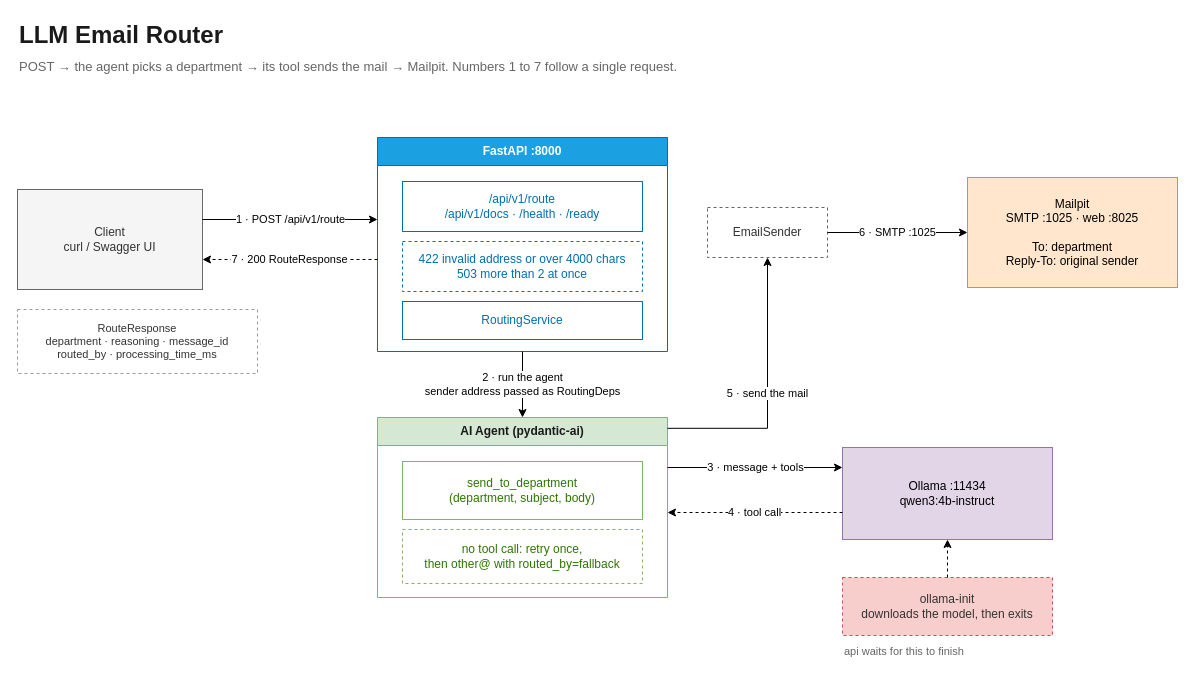
Before: docs/architecture/drawio/architecture.drawio in gomberman8/llm-email-router, a draw.io diagram. Source tidied: cells renumbered, new cells numbered last; positions are measured from the earlier drawing's top-left corner, leaving out a move shared by most shapes. Both pictures are drawn from the tidied source at 100%, with x=0, y=0 at pixel (17, 17).
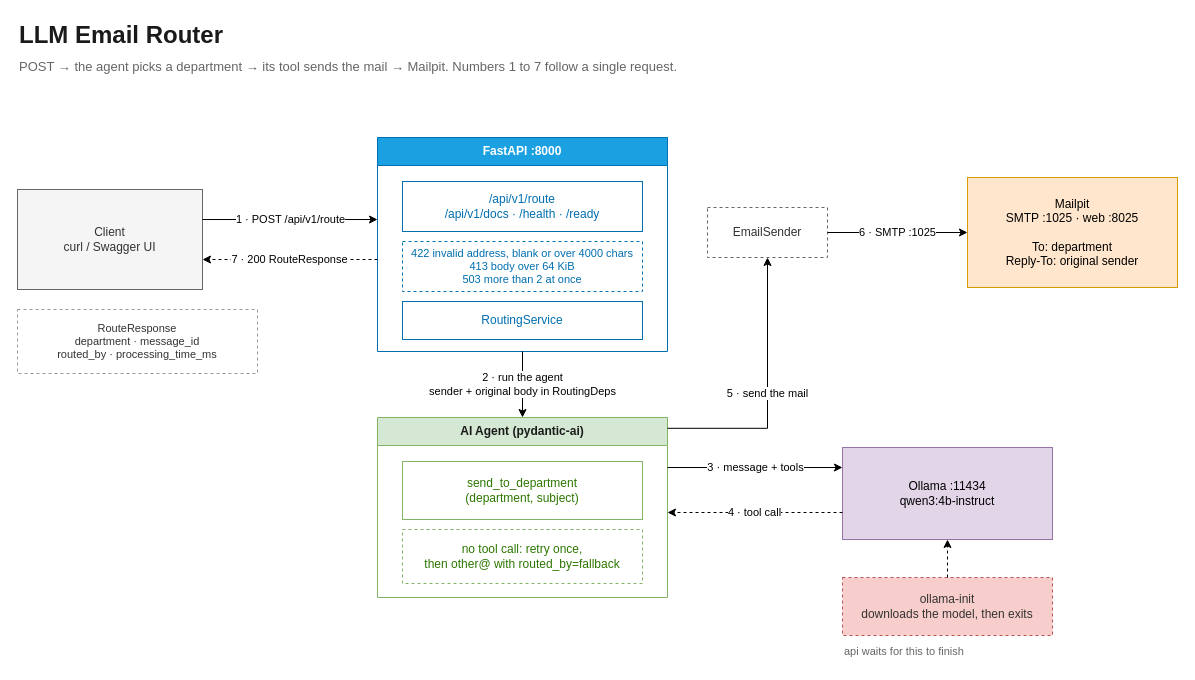
The same diagram, later.

Commit message (it also covers changes not shown here):
docs: align architecture documentation and diagram

Unchanged cells that the change refers to:
```xml
<mxCell id="6" value="FastAPI  :8000" style="swimlane;whiteSpace=wrap;html=1;fillColor=#1ba1e2;fontColor=#ffffff;strokeColor=#006EAF;fontStyle=1;startSize=28;" parent="1" vertex="1">
  <mxGeometry x="360" y="120" width="290" height="214" as="geometry" />
</mxCell>
<mxCell id="10" value="AI Agent (pydantic-ai)" style="swimlane;whiteSpace=wrap;html=1;fillColor=#d5e8d4;strokeColor=#82b366;fontColor=#1a1a1a;fontStyle=1;startSize=28;" parent="1" vertex="1">
  <mxGeometry x="360" y="400" width="290" height="180" as="geometry" />
</mxCell>
```

The edit, as a diff of the source:
```diff
@@
-    <mxCell id="5" value="RouteResponse&#10;department · reasoning · message_id&#10;routed_by · processing_time_ms" style="rounded=0;whiteSpace=wrap;html=1;fillColor=#ffffff;strokeColor=#999999;fontColor=#333333;dashed=1;fontSize=11;" parent="1" vertex="1">
+    <mxCell id="5" value="RouteResponse&#10;department · message_id&#10;routed_by · processing_time_ms" style="rounded=0;whiteSpace=wrap;html=1;fillColor=#ffffff;strokeColor=#999999;fontColor=#333333;dashed=1;fontSize=11;" parent="1" vertex="1">
       <mxGeometry y="292" width="240" height="64" as="geometry" />
     </mxCell>
@@
-    <mxCell id="8" value="422 invalid address or over 4000 chars&#10;503 more than 2 at once" style="rounded=0;whiteSpace=wrap;html=1;fillColor=#ffffff;fontColor=#006EAF;strokeColor=#006EAF;dashed=1;" parent="6" vertex="1">
+    <mxCell id="8" value="422 invalid address, blank or over 4000 chars&#10;413 body over 64 KiB&#10;503 more than 2 at once" style="rounded=0;whiteSpace=wrap;html=1;fillColor=#ffffff;fontColor=#006EAF;strokeColor=#006EAF;dashed=1;fontSize=11;" parent="6" vertex="1">
       <mxGeometry x="25" y="104" width="240" height="50" as="geometry" />
     </mxCell>
@@
-    <mxCell id="11" value="send_to_department&#10;(department, subject, body)" style="rounded=0;whiteSpace=wrap;html=1;fillColor=#ffffff;fontColor=#2D7600;strokeColor=#82b366;" parent="10" vertex="1">
+    <mxCell id="11" value="send_to_department&#10;(department, subject)" style="rounded=0;whiteSpace=wrap;html=1;fillColor=#ffffff;fontColor=#2D7600;strokeColor=#82b366;" parent="10" vertex="1">
       <mxGeometry x="25" y="44" width="240" height="58" as="geometry" />
     </mxCell>
@@
-    <mxCell id="20" value="2 · run the agent&#10;sender address passed as RoutingDeps" style="edgeStyle=orthogonalEdgeStyle;rounded=0;html=1;exitX=0.5;exitY=1;exitDx=0;exitDy=0;entryX=0.5;entryY=0;entryDx=0;entryDy=0;fontSize=11;" parent="1" edge="1" source="6" target="10">
+    <mxCell id="20" value="2 · run the agent&#10;sender + original body in RoutingDeps" style="edgeStyle=orthogonalEdgeStyle;rounded=0;html=1;exitX=0.5;exitY=1;exitDx=0;exitDy=0;entryX=0.5;entryY=0;entryDx=0;entryDy=0;fontSize=11;" parent="1" edge="1" source="6" target="10">
       <mxGeometry relative="1" as="geometry" />
     </mxCell>
```
